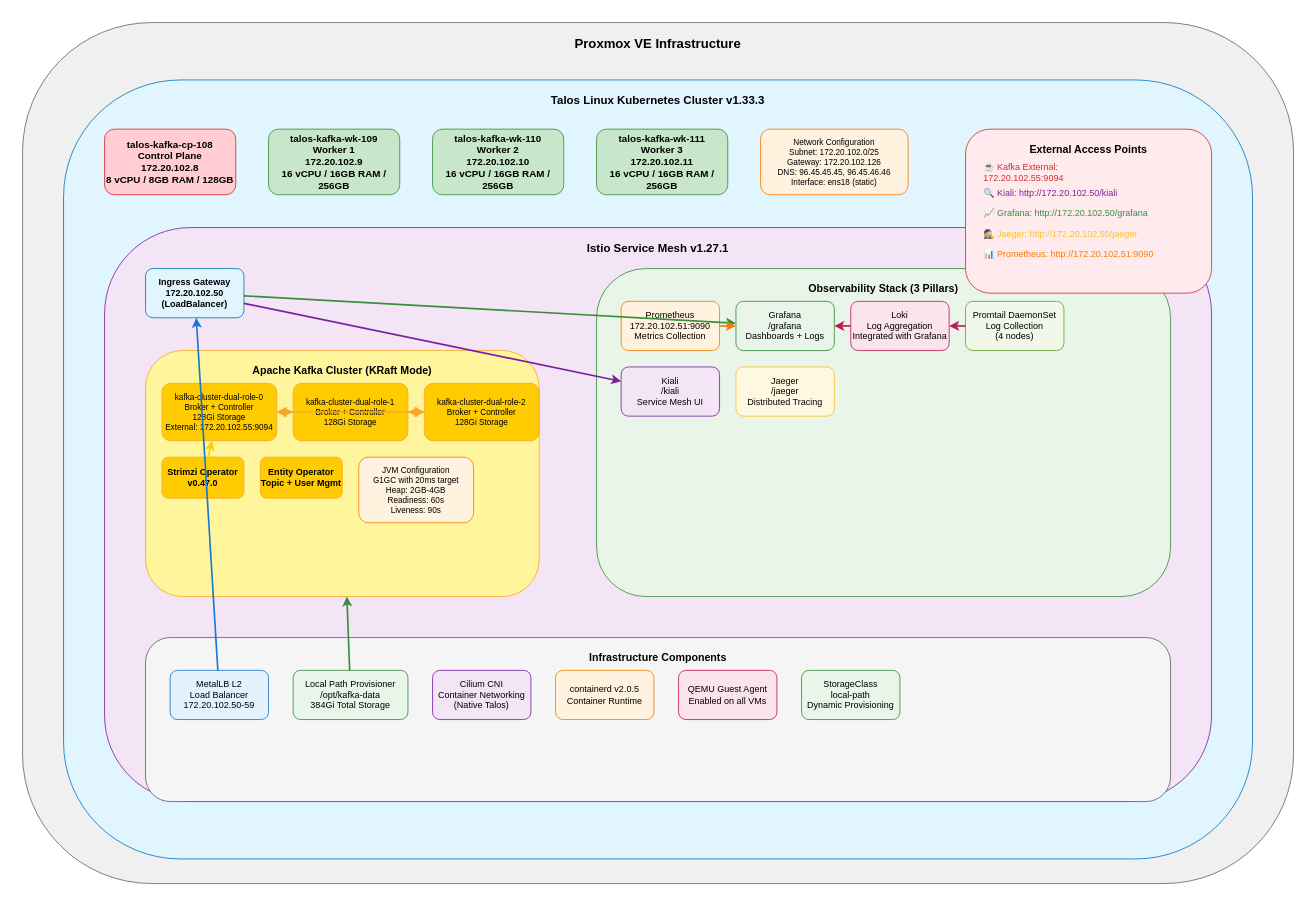
Before: drawio/kafka-talos-architecture.drawio in incogniadev/Diagrams, a draw.io diagram. Source tidied: cells renumbered, new cells numbered last; positions are measured from the earlier drawing's top-left corner, leaving out a move shared by most shapes. Both pictures are drawn from the tidied source at 82%, with x=0, y=0 at pixel (22, 22).
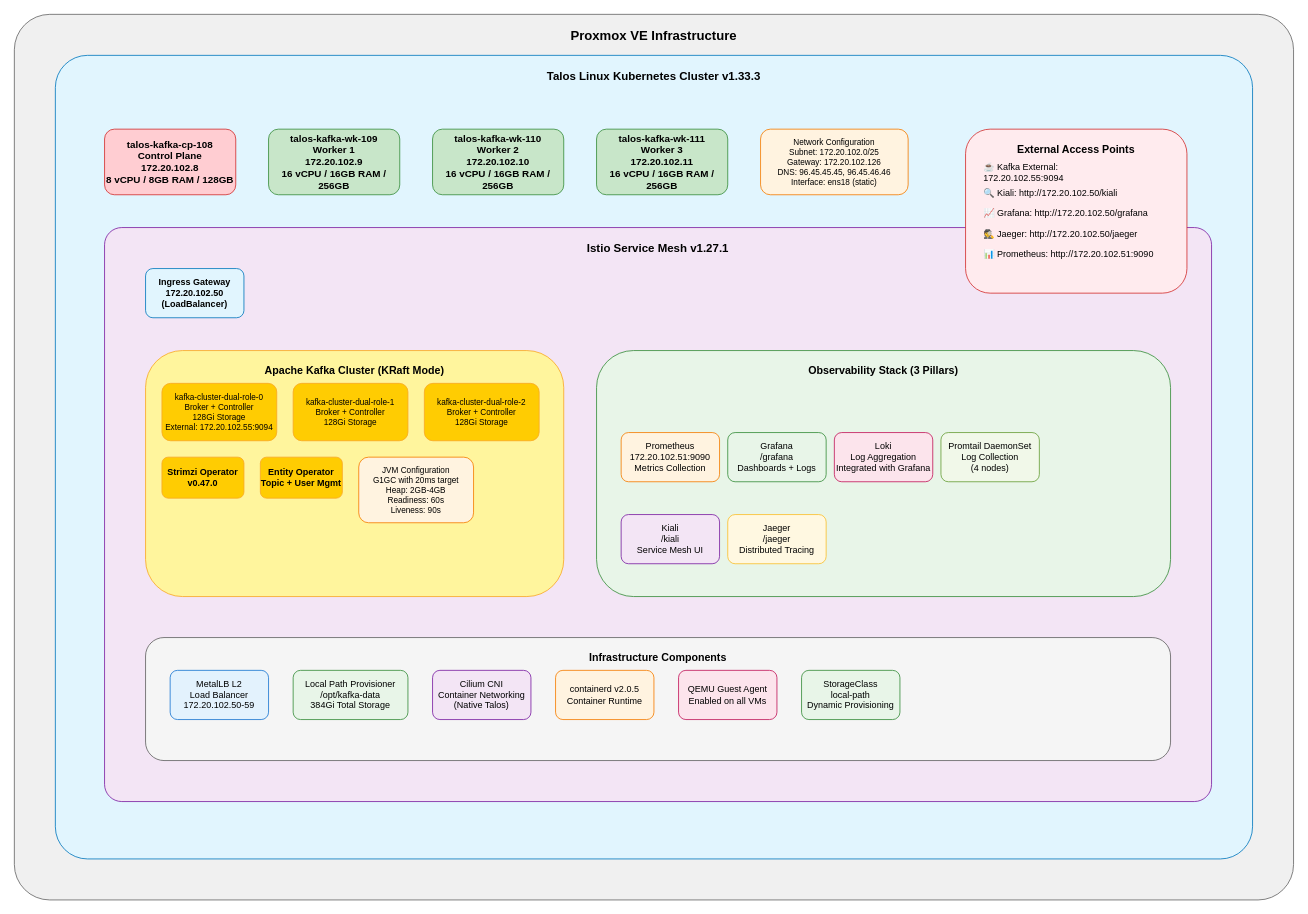
After the change.

Commit message (it also covers changes not shown here):
chore: clean up and update diagram generation

Diff of the diagram source:
```diff
@@
-    <mxCell id="2" value="Proxmox VE Infrastructure" style="rounded=1;whiteSpace=wrap;html=1;fillColor=#f0f0f0;strokeColor=#666666;fontSize=16;fontStyle=1;verticalAlign=top;spacingTop=10;" parent="1" vertex="1">
-      <mxGeometry width="1550" height="1050" as="geometry" />
+    <mxCell id="2" value="Proxmox VE Infrastructure" style="rounded=1;whiteSpace=wrap;html=1;fillColor=#f0f0f0;strokeColor=#666666;fontSize=16;fontStyle=1;verticalAlign=top;spacingTop=10;fontColor=#000000;arcSize=4;" parent="1" vertex="1">
+      <mxGeometry x="-10" y="-10" width="1560" height="1080" as="geometry" />
     </mxCell>
-    <mxCell id="3" value="Talos Linux Kubernetes Cluster v1.33.3" style="rounded=1;whiteSpace=wrap;html=1;fillColor=#e1f5fe;strokeColor=#0277bd;fontSize=14;fontStyle=1;verticalAlign=top;spacingTop=10;" parent="1" vertex="1">
-      <mxGeometry x="50" y="70" width="1450" height="950" as="geometry" />
+    <mxCell id="3" value="Talos Linux Kubernetes Cluster v1.33.3" style="rounded=1;whiteSpace=wrap;html=1;fillColor=#e1f5fe;strokeColor=#0277bd;fontSize=14;fontStyle=1;verticalAlign=top;spacingTop=10;fontColor=#000000;arcSize=4;" parent="1" vertex="1">
+      <mxGeometry x="40" y="40" width="1460" height="980" as="geometry" />
     </mxCell>
-    <mxCell id="4" value="talos-kafka-cp-108&#10;Control Plane&#10;172.20.102.8&#10;8 vCPU / 8GB RAM / 128GB" style="rounded=1;whiteSpace=wrap;html=1;fillColor=#ffcdd2;strokeColor=#d32f2f;fontSize=12;fontStyle=1;" parent="1" vertex="1">
+    <mxCell id="4" value="talos-kafka-cp-108&#10;Control Plane&#10;172.20.102.8&#10;8 vCPU / 8GB RAM / 128GB" style="rounded=1;whiteSpace=wrap;html=1;fillColor=#ffcdd2;strokeColor=#d32f2f;fontSize=12;fontStyle=1;fontColor=#000000;" parent="1" vertex="1">
       <mxGeometry x="100" y="130" width="160" height="80" as="geometry" />
     </mxCell>
-    <mxCell id="5" value="talos-kafka-wk-109&#10;Worker 1&#10;172.20.102.9&#10;16 vCPU / 16GB RAM / 256GB" style="rounded=1;whiteSpace=wrap;html=1;fillColor=#c8e6c9;strokeColor=#388e3c;fontSize=12;fontStyle=1;" parent="1" vertex="1">
+    <mxCell id="5" value="talos-kafka-wk-109&#10;Worker 1&#10;172.20.102.9&#10;16 vCPU / 16GB RAM / 256GB" style="rounded=1;whiteSpace=wrap;html=1;fillColor=#c8e6c9;strokeColor=#388e3c;fontSize=12;fontStyle=1;fontColor=#000000;" parent="1" vertex="1">
       <mxGeometry x="300" y="130" width="160" height="80" as="geometry" />
     </mxCell>
-    <mxCell id="6" value="talos-kafka-wk-110&#10;Worker 2&#10;172.20.102.10&#10;16 vCPU / 16GB RAM / 256GB" style="rounded=1;whiteSpace=wrap;html=1;fillColor=#c8e6c9;strokeColor=#388e3c;fontSize=12;fontStyle=1;" parent="1" vertex="1">
+    <mxCell id="6" value="talos-kafka-wk-110&#10;Worker 2&#10;172.20.102.10&#10;16 vCPU / 16GB RAM / 256GB" style="rounded=1;whiteSpace=wrap;html=1;fillColor=#c8e6c9;strokeColor=#388e3c;fontSize=12;fontStyle=1;fontColor=#000000;" parent="1" vertex="1">
       <mxGeometry x="500" y="130" width="160" height="80" as="geometry" />
     </mxCell>
-    <mxCell id="7" value="talos-kafka-wk-111&#10;Worker 3&#10;172.20.102.11&#10;16 vCPU / 16GB RAM / 256GB" style="rounded=1;whiteSpace=wrap;html=1;fillColor=#c8e6c9;strokeColor=#388e3c;fontSize=12;fontStyle=1;" parent="1" vertex="1">
+    <mxCell id="7" value="talos-kafka-wk-111&#10;Worker 3&#10;172.20.102.11&#10;16 vCPU / 16GB RAM / 256GB" style="rounded=1;whiteSpace=wrap;html=1;fillColor=#c8e6c9;strokeColor=#388e3c;fontSize=12;fontStyle=1;fontColor=#000000;" parent="1" vertex="1">
       <mxGeometry x="700" y="130" width="160" height="80" as="geometry" />
     </mxCell>
-    <mxCell id="8" value="Network Configuration&#10;Subnet: 172.20.102.0/25&#10;Gateway: 172.20.102.126&#10;DNS: 96.45.45.45, 96.45.46.46&#10;Interface: ens18 (static)" style="rounded=1;whiteSpace=wrap;html=1;fillColor=#fff3e0;strokeColor=#f57c00;fontSize=10;" parent="1" vertex="1">
+    <mxCell id="8" value="Network Configuration&#10;Subnet: 172.20.102.0/25&#10;Gateway: 172.20.102.126&#10;DNS: 96.45.45.45, 96.45.46.46&#10;Interface: ens18 (static)" style="rounded=1;whiteSpace=wrap;html=1;fillColor=#fff3e0;strokeColor=#f57c00;fontSize=10;fontColor=#000000;" parent="1" vertex="1">
       <mxGeometry x="900" y="130" width="180" height="80" as="geometry" />
     </mxCell>
-    <mxCell id="9" value="Istio Service Mesh v1.27.1" style="rounded=1;whiteSpace=wrap;html=1;fillColor=#f3e5f5;strokeColor=#7b1fa2;fontSize=14;fontStyle=1;verticalAlign=top;spacingTop=10;" parent="1" vertex="1">
+    <mxCell id="9" value="Istio Service Mesh v1.27.1" style="rounded=1;whiteSpace=wrap;html=1;fillColor=#f3e5f5;strokeColor=#7b1fa2;fontSize=14;fontStyle=1;verticalAlign=top;spacingTop=10;fontColor=#000000;arcSize=3;" parent="1" vertex="1">
       <mxGeometry x="100" y="250" width="1350" height="700" as="geometry" />
     </mxCell>
-    <mxCell id="10" value="Ingress Gateway&#10;172.20.102.50&#10;(LoadBalancer)" style="rounded=1;whiteSpace=wrap;html=1;fillColor=#e1f5fe;strokeColor=#0277bd;fontSize=11;fontStyle=1;" parent="1" vertex="1">
+    <mxCell id="10" value="Ingress Gateway&#10;172.20.102.50&#10;(LoadBalancer)" style="rounded=1;whiteSpace=wrap;html=1;fillColor=#e1f5fe;strokeColor=#0277bd;fontSize=11;fontStyle=1;fontColor=#000000;" parent="1" vertex="1">
       <mxGeometry x="150" y="300" width="120" height="60" as="geometry" />
     </mxCell>
-    <mxCell id="11" value="Apache Kafka Cluster (KRaft Mode)" style="rounded=1;whiteSpace=wrap;html=1;fillColor=#fff59d;strokeColor=#f9a825;fontSize=13;fontStyle=1;verticalAlign=top;spacingTop=10;" parent="1" vertex="1">
-      <mxGeometry x="150" y="400" width="480" height="300" as="geometry" />
+    <mxCell id="11" value="Apache Kafka Cluster (KRaft Mode)" style="rounded=1;whiteSpace=wrap;html=1;fillColor=#fff59d;strokeColor=#f9a825;fontSize=13;fontStyle=1;verticalAlign=top;spacingTop=10;fontColor=#000000;" parent="1" vertex="1">
+      <mxGeometry x="150" y="400" width="510" height="300" as="geometry" />
     </mxCell>
-    <mxCell id="12" value="kafka-cluster-dual-role-0&#10;Broker + Controller&#10;128Gi Storage&#10;External: 172.20.102.55:9094" style="rounded=1;whiteSpace=wrap;html=1;fillColor=#ffcc02;strokeColor=#f9a825;fontSize=10;" parent="1" vertex="1">
+    <mxCell id="12" value="kafka-cluster-dual-role-0&#10;Broker + Controller&#10;128Gi Storage&#10;External: 172.20.102.55:9094" style="rounded=1;whiteSpace=wrap;html=1;fillColor=#ffcc02;strokeColor=#f9a825;fontSize=10;fontColor=#000000;" parent="1" vertex="1">
       <mxGeometry x="170" y="440" width="140" height="70" as="geometry" />
     </mxCell>
-    <mxCell id="13" value="kafka-cluster-dual-role-1&#10;Broker + Controller&#10;128Gi Storage" style="rounded=1;whiteSpace=wrap;html=1;fillColor=#ffcc02;strokeColor=#f9a825;fontSize=10;" parent="1" vertex="1">
+    <mxCell id="13" value="kafka-cluster-dual-role-1&#10;Broker + Controller&#10;128Gi Storage" style="rounded=1;whiteSpace=wrap;html=1;fillColor=#ffcc02;strokeColor=#f9a825;fontSize=10;fontColor=#000000;" parent="1" vertex="1">
       <mxGeometry x="330" y="440" width="140" height="70" as="geometry" />
     </mxCell>
-    <mxCell id="14" value="kafka-cluster-dual-role-2&#10;Broker + Controller&#10;128Gi Storage" style="rounded=1;whiteSpace=wrap;html=1;fillColor=#ffcc02;strokeColor=#f9a825;fontSize=10;" parent="1" vertex="1">
+    <mxCell id="14" value="kafka-cluster-dual-role-2&#10;Broker + Controller&#10;128Gi Storage" style="rounded=1;whiteSpace=wrap;html=1;fillColor=#ffcc02;strokeColor=#f9a825;fontSize=10;fontColor=#000000;" parent="1" vertex="1">
       <mxGeometry x="490" y="440" width="140" height="70" as="geometry" />
     </mxCell>
-    <mxCell id="15" value="Strimzi Operator&#10;v0.47.0" style="rounded=1;whiteSpace=wrap;html=1;fillColor=#ffcc02;strokeColor=#f9a825;fontSize=11;fontStyle=1;" parent="1" vertex="1">
+    <mxCell id="15" value="Strimzi Operator&#10;v0.47.0" style="rounded=1;whiteSpace=wrap;html=1;fillColor=#ffcc02;strokeColor=#f9a825;fontSize=11;fontStyle=1;fontColor=#000000;" parent="1" vertex="1">
       <mxGeometry x="170" y="530" width="100" height="50" as="geometry" />
     </mxCell>
-    <mxCell id="16" value="Entity Operator&#10;Topic + User Mgmt" style="rounded=1;whiteSpace=wrap;html=1;fillColor=#ffcc02;strokeColor=#f9a825;fontSize=11;fontStyle=1;" parent="1" vertex="1">
+    <mxCell id="16" value="Entity Operator&#10;Topic + User Mgmt" style="rounded=1;whiteSpace=wrap;html=1;fillColor=#ffcc02;strokeColor=#f9a825;fontSize=11;fontStyle=1;fontColor=#000000;" parent="1" vertex="1">
       <mxGeometry x="290" y="530" width="100" height="50" as="geometry" />
     </mxCell>
-    <mxCell id="17" value="JVM Configuration&#10;G1GC with 20ms target&#10;Heap: 2GB-4GB&#10;Readiness: 60s&#10;Liveness: 90s" style="rounded=1;whiteSpace=wrap;html=1;fillColor=#fff3e0;strokeColor=#f57c00;fontSize=10;" parent="1" vertex="1">
+    <mxCell id="17" value="JVM Configuration&#10;G1GC with 20ms target&#10;Heap: 2GB-4GB&#10;Readiness: 60s&#10;Liveness: 90s" style="rounded=1;whiteSpace=wrap;html=1;fillColor=#fff3e0;strokeColor=#f57c00;fontSize=10;fontColor=#000000;" parent="1" vertex="1">
       <mxGeometry x="410" y="530" width="140" height="80" as="geometry" />
     </mxCell>
-    <mxCell id="18" value="Observability Stack (3 Pillars)" style="rounded=1;whiteSpace=wrap;html=1;fillColor=#e8f5e8;strokeColor=#388e3c;fontSize=13;fontStyle=1;verticalAlign=top;spacingTop=10;" parent="1" vertex="1">
-      <mxGeometry x="700" y="300" width="700" height="400" as="geometry" />
+    <mxCell id="18" value="Observability Stack (3 Pillars)" style="rounded=1;whiteSpace=wrap;html=1;fillColor=#e8f5e8;strokeColor=#388e3c;fontSize=13;fontStyle=1;verticalAlign=top;spacingTop=10;fontColor=#000000;" parent="1" vertex="1">
+      <mxGeometry x="700" y="400" width="700" height="300" as="geometry" />
     </mxCell>
-    <mxCell id="19" value="Prometheus&#10;172.20.102.51:9090&#10;Metrics Collection" style="rounded=1;whiteSpace=wrap;html=1;fillColor=#fff3e0;strokeColor=#f57c00;fontSize=11;" parent="1" vertex="1">
-      <mxGeometry x="730" y="340" width="120" height="60" as="geometry" />
+    <mxCell id="19" value="Prometheus&#10;172.20.102.51:9090&#10;Metrics Collection" style="rounded=1;whiteSpace=wrap;html=1;fillColor=#fff3e0;strokeColor=#f57c00;fontSize=11;fontColor=#000000;" parent="1" vertex="1">
+      <mxGeometry x="730" y="500" width="120" height="60" as="geometry" />
     </mxCell>
-    <mxCell id="20" value="Grafana&#10;/grafana&#10;Dashboards + Logs" style="rounded=1;whiteSpace=wrap;html=1;fillColor=#e8f5e8;strokeColor=#388e3c;fontSize=11;" parent="1" vertex="1">
-      <mxGeometry x="870" y="340" width="120" height="60" as="geometry" />
+    <mxCell id="20" value="Grafana&#10;/grafana&#10;Dashboards + Logs" style="rounded=1;whiteSpace=wrap;html=1;fillColor=#e8f5e8;strokeColor=#388e3c;fontSize=11;fontColor=#000000;" parent="1" vertex="1">
+      <mxGeometry x="860" y="500" width="120" height="60" as="geometry" />
     </mxCell>
-    <mxCell id="21" value="Loki&#10;Log Aggregation&#10;Integrated with Grafana" style="rounded=1;whiteSpace=wrap;html=1;fillColor=#fce4ec;strokeColor=#c2185b;fontSize=11;" parent="1" vertex="1">
-      <mxGeometry x="1010" y="340" width="120" height="60" as="geometry" />
+    <mxCell id="21" value="Loki&#10;Log Aggregation&#10;Integrated with Grafana" style="rounded=1;whiteSpace=wrap;html=1;fillColor=#fce4ec;strokeColor=#c2185b;fontSize=11;fontColor=#000000;" parent="1" vertex="1">
+      <mxGeometry x="990" y="500" width="120" height="60" as="geometry" />
     </mxCell>
-    <mxCell id="22" value="Promtail DaemonSet&#10;Log Collection&#10;(4 nodes)" style="rounded=1;whiteSpace=wrap;html=1;fillColor=#f1f8e9;strokeColor=#689f38;fontSize=11;" parent="1" vertex="1">
-      <mxGeometry x="1150" y="340" width="120" height="60" as="geometry" />
+    <mxCell id="22" value="Promtail DaemonSet&#10;Log Collection&#10;(4 nodes)" style="rounded=1;whiteSpace=wrap;html=1;fillColor=#f1f8e9;strokeColor=#689f38;fontSize=11;fontColor=#000000;" parent="1" vertex="1">
+      <mxGeometry x="1120" y="500" width="120" height="60" as="geometry" />
     </mxCell>
-    <mxCell id="23" value="Kiali&#10;/kiali&#10;Service Mesh UI" style="rounded=1;whiteSpace=wrap;html=1;fillColor=#f3e5f5;strokeColor=#7b1fa2;fontSize=11;" parent="1" vertex="1">
-      <mxGeometry x="730" y="420" width="120" height="60" as="geometry" />
+    <mxCell id="23" value="Kiali&#10;/kiali&#10;Service Mesh UI" style="rounded=1;whiteSpace=wrap;html=1;fillColor=#f3e5f5;strokeColor=#7b1fa2;fontSize=11;fontColor=#000000;" parent="1" vertex="1">
+      <mxGeometry x="730" y="600" width="120" height="60" as="geometry" />
     </mxCell>
-    <mxCell id="24" value="Jaeger&#10;/jaeger&#10;Distributed Tracing" style="rounded=1;whiteSpace=wrap;html=1;fillColor=#fff8e1;strokeColor=#fbc02d;fontSize=11;" parent="1" vertex="1">
-      <mxGeometry x="870" y="420" width="120" height="60" as="geometry" />
+    <mxCell id="24" value="Jaeger&#10;/jaeger&#10;Distributed Tracing" style="rounded=1;whiteSpace=wrap;html=1;fillColor=#fff8e1;strokeColor=#fbc02d;fontSize=11;fontColor=#000000;" parent="1" vertex="1">
+      <mxGeometry x="860" y="600" width="120" height="60" as="geometry" />
     </mxCell>
-    <mxCell id="25" value="Infrastructure Components" style="rounded=1;whiteSpace=wrap;html=1;fillColor=#f5f5f5;strokeColor=#616161;fontSize=13;fontStyle=1;verticalAlign=top;spacingTop=10;" parent="1" vertex="1">
-      <mxGeometry x="150" y="750" width="1250" height="200" as="geometry" />
+    <mxCell id="25" value="Infrastructure Components" style="rounded=1;whiteSpace=wrap;html=1;fillColor=#f5f5f5;strokeColor=#616161;fontSize=13;fontStyle=1;verticalAlign=top;spacingTop=10;fontColor=#000000;" parent="1" vertex="1">
+      <mxGeometry x="150" y="750" width="1250" height="150" as="geometry" />
     </mxCell>
-    <mxCell id="26" value="MetalLB L2&#10;Load Balancer&#10;172.20.102.50-59" style="rounded=1;whiteSpace=wrap;html=1;fillColor=#e3f2fd;strokeColor=#1976d2;fontSize=11;" parent="1" vertex="1">
+    <mxCell id="26" value="MetalLB L2&#10;Load Balancer&#10;172.20.102.50-59" style="rounded=1;whiteSpace=wrap;html=1;fillColor=#e3f2fd;strokeColor=#1976d2;fontSize=11;fontColor=#000000;" parent="1" vertex="1">
       <mxGeometry x="180" y="790" width="120" height="60" as="geometry" />
     </mxCell>
-    <mxCell id="27" value="Local Path Provisioner&#10;/opt/kafka-data&#10;384Gi Total Storage" style="rounded=1;whiteSpace=wrap;html=1;fillColor=#e8f5e8;strokeColor=#388e3c;fontSize=11;" parent="1" vertex="1">
+    <mxCell id="27" value="Local Path Provisioner&#10;/opt/kafka-data&#10;384Gi Total Storage" style="rounded=1;whiteSpace=wrap;html=1;fillColor=#e8f5e8;strokeColor=#388e3c;fontSize=11;fontColor=#000000;" parent="1" vertex="1">
       <mxGeometry x="330" y="790" width="140" height="60" as="geometry" />
     </mxCell>
-    <mxCell id="28" value="Cilium CNI&#10;Container Networking&#10;(Native Talos)" style="rounded=1;whiteSpace=wrap;html=1;fillColor=#f3e5f5;strokeColor=#7b1fa2;fontSize=11;" parent="1" vertex="1">
+    <mxCell id="28" value="Cilium CNI&#10;Container Networking&#10;(Native Talos)" style="rounded=1;whiteSpace=wrap;html=1;fillColor=#f3e5f5;strokeColor=#7b1fa2;fontSize=11;fontColor=#000000;" parent="1" vertex="1">
       <mxGeometry x="500" y="790" width="120" height="60" as="geometry" />
     </mxCell>
-    <mxCell id="29" value="containerd v2.0.5&#10;Container Runtime" style="rounded=1;whiteSpace=wrap;html=1;fillColor=#fff3e0;strokeColor=#f57c00;fontSize=11;" parent="1" vertex="1">
+    <mxCell id="29" value="containerd v2.0.5&#10;Container Runtime" style="rounded=1;whiteSpace=wrap;html=1;fillColor=#fff3e0;strokeColor=#f57c00;fontSize=11;fontColor=#000000;" parent="1" vertex="1">
       <mxGeometry x="650" y="790" width="120" height="60" as="geometry" />
     </mxCell>
-    <mxCell id="30" value="QEMU Guest Agent&#10;Enabled on all VMs" style="rounded=1;whiteSpace=wrap;html=1;fillColor=#fce4ec;strokeColor=#c2185b;fontSize=11;" parent="1" vertex="1">
+    <mxCell id="30" value="QEMU Guest Agent&#10;Enabled on all VMs" style="rounded=1;whiteSpace=wrap;html=1;fillColor=#fce4ec;strokeColor=#c2185b;fontSize=11;fontColor=#000000;" parent="1" vertex="1">
       <mxGeometry x="800" y="790" width="120" height="60" as="geometry" />
     </mxCell>
-    <mxCell id="31" value="StorageClass&#10;local-path&#10;Dynamic Provisioning" style="rounded=1;whiteSpace=wrap;html=1;fillColor=#e8f5e8;strokeColor=#388e3c;fontSize=11;" parent="1" vertex="1">
+    <mxCell id="31" value="StorageClass&#10;local-path&#10;Dynamic Provisioning" style="rounded=1;whiteSpace=wrap;html=1;fillColor=#e8f5e8;strokeColor=#388e3c;fontSize=11;fontColor=#000000;" parent="1" vertex="1">
       <mxGeometry x="950" y="790" width="120" height="60" as="geometry" />
     </mxCell>
-    <mxCell id="32" value="External Access Points" style="rounded=1;whiteSpace=wrap;html=1;fillColor=#ffebee;strokeColor=#d32f2f;fontSize=13;fontStyle=1;verticalAlign=top;spacingTop=10;" parent="1" vertex="1">
-      <mxGeometry x="1150" y="130" width="300" height="200" as="geometry" />
+    <mxCell id="32" value="External Access Points" style="rounded=1;whiteSpace=wrap;html=1;fillColor=#ffebee;strokeColor=#d32f2f;fontSize=13;fontStyle=1;verticalAlign=top;spacingTop=10;fontColor=#000000;" parent="1" vertex="1">
+      <mxGeometry x="1150" y="130" width="270" height="200" as="geometry" />
     </mxCell>
-    <mxCell id="33" value="☕ Kafka External:&#10;172.20.102.55:9094" style="text;html=1;align=left;verticalAlign=middle;fontSize=11;fontColor=#d32f2f;" parent="1" vertex="1">
+    <mxCell id="33" value="☕ Kafka External:&#10;172.20.102.55:9094" style="text;html=1;align=left;verticalAlign=middle;fontSize=11;fontColor=#000000;" parent="1" vertex="1">
       <mxGeometry x="1170" y="170" width="260" height="25" as="geometry" />
     </mxCell>
-    <mxCell id="34" value="🔍 Kiali: http://172.20.102.50/kiali" style="text;html=1;align=left;verticalAlign=middle;fontSize=11;fontColor=#7b1fa2;" parent="1" vertex="1">
+    <mxCell id="34" value="🔍 Kiali: http://172.20.102.50/kiali" style="text;html=1;align=left;verticalAlign=middle;fontSize=11;fontColor=#000000;" parent="1" vertex="1">
       <mxGeometry x="1170" y="195" width="260" height="25" as="geometry" />
     </mxCell>
-    <mxCell id="35" value="📈 Grafana: http://172.20.102.50/grafana" style="text;html=1;align=left;verticalAlign=middle;fontSize=11;fontColor=#388e3c;" parent="1" vertex="1">
+    <mxCell id="35" value="📈 Grafana: http://172.20.102.50/grafana" style="text;html=1;align=left;verticalAlign=middle;fontSize=11;fontColor=#000000;" parent="1" vertex="1">
       <mxGeometry x="1170" y="220" width="260" height="25" as="geometry" />
     </mxCell>
-    <mxCell id="36" value="🕵️ Jaeger: http://172.20.102.50/jaeger" style="text;html=1;align=left;verticalAlign=middle;fontSize=11;fontColor=#fbc02d;" parent="1" vertex="1">
+    <mxCell id="36" value="🕵️ Jaeger: http://172.20.102.50/jaeger" style="text;html=1;align=left;verticalAlign=middle;fontSize=11;fontColor=#000000;" parent="1" vertex="1">
       <mxGeometry x="1170" y="245" width="260" height="25" as="geometry" />
     </mxCell>
-    <mxCell id="37" value="📊 Prometheus: http://172.20.102.51:9090" style="text;html=1;align=left;verticalAlign=middle;fontSize=11;fontColor=#f57c00;" parent="1" vertex="1">
+    <mxCell id="37" value="📊 Prometheus: http://172.20.102.51:9090" style="text;html=1;align=left;verticalAlign=middle;fontSize=11;fontColor=#000000;" parent="1" vertex="1">
       <mxGeometry x="1170" y="270" width="260" height="25" as="geometry" />
     </mxCell>
-    <mxCell id="38" style="endArrow=classic;startArrow=classic;html=1;strokeColor=#f9a825;strokeWidth=2;" parent="1" edge="1" source="12" target="13">
-      <mxGeometry relative="1" as="geometry" />
-    </mxCell>
-    <mxCell id="39" style="endArrow=classic;startArrow=classic;html=1;strokeColor=#f9a825;strokeWidth=2;" parent="1" edge="1" source="13" target="14">
-      <mxGeometry relative="1" as="geometry" />
-    </mxCell>
-    <mxCell id="40" style="endArrow=classic;startArrow=classic;html=1;strokeColor=#f9a825;strokeWidth=2;" parent="1" edge="1" source="14" target="12">
-      <mxGeometry relative="1" as="geometry" />
-    </mxCell>
-    <mxCell id="41" style="endArrow=classic;html=1;strokeColor=#ffcc02;strokeWidth=2;" parent="1" edge="1" source="15" target="12">
-      <mxGeometry relative="1" as="geometry" />
-    </mxCell>
-    <mxCell id="42" style="endArrow=classic;html=1;strokeColor=#7b1fa2;strokeWidth=2;" parent="1" edge="1" source="10" target="23">
-      <mxGeometry relative="1" as="geometry" />
-    </mxCell>
-    <mxCell id="43" style="endArrow=classic;html=1;strokeColor=#388e3c;strokeWidth=2;" parent="1" edge="1" source="10" target="20">
-      <mxGeometry relative="1" as="geometry" />
-    </mxCell>
-    <mxCell id="44" style="endArrow=classic;html=1;strokeColor=#388e3c;strokeWidth=2;" parent="1" edge="1" source="27" target="11">
-      <mxGeometry relative="1" as="geometry" />
-    </mxCell>
-    <mxCell id="45" style="endArrow=classic;html=1;strokeColor=#1976d2;strokeWidth=2;" parent="1" edge="1" source="26" target="10">
-      <mxGeometry relative="1" as="geometry" />
-    </mxCell>
-    <mxCell id="46" style="endArrow=classic;html=1;strokeColor=#f57c00;strokeWidth=2;" parent="1" edge="1" source="19" target="20">
-      <mxGeometry relative="1" as="geometry" />
-    </mxCell>
-    <mxCell id="47" style="endArrow=classic;html=1;strokeColor=#c2185b;strokeWidth=2;" parent="1" edge="1" source="22" target="21">
-      <mxGeometry relative="1" as="geometry" />
-    </mxCell>
-    <mxCell id="48" style="endArrow=classic;html=1;strokeColor=#c2185b;strokeWidth=2;strokeDashArray=5 5;" parent="1" edge="1" source="21" target="20">
-      <mxGeometry relative="1" as="geometry" />
-    </mxCell>
```
